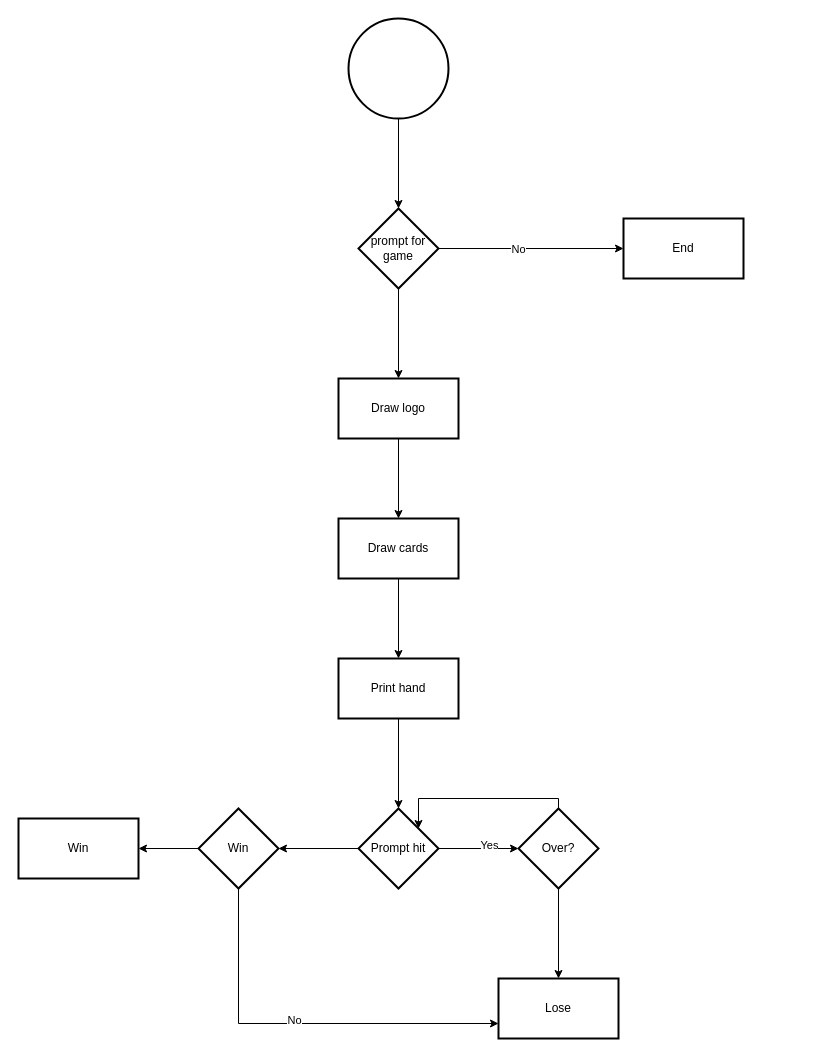
Earlier version of the draw.io diagram 11/Untitled Diagram.drawio (PazJal/100-days-of-code). Source tidied: cells renumbered, new cells numbered last; positions are measured from the earlier drawing's top-left corner, leaving out a move shared by most shapes. Both pictures are drawn from the tidied source at 100%, with x=0, y=0 at pixel (18, 18).
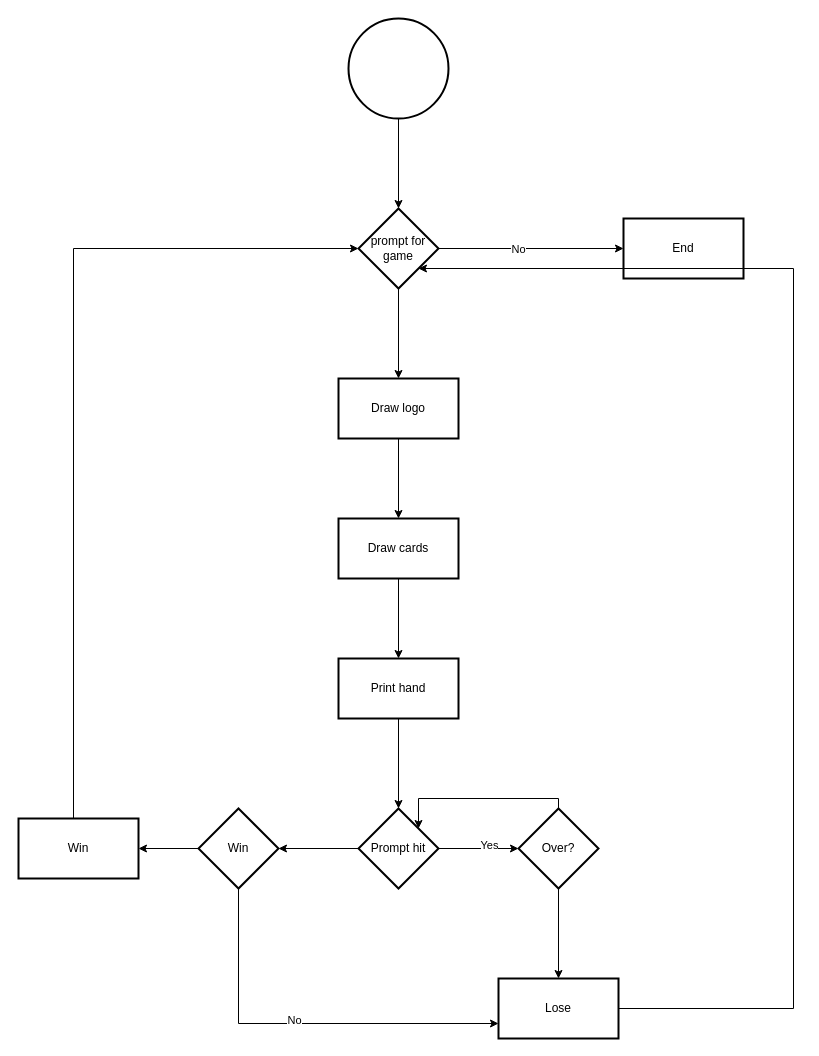
After the change.

The change refers to these unchanged cells:
```xml
<mxCell id="7" value="prompt for game" style="rhombus;whiteSpace=wrap;html=1;strokeWidth=2;" parent="1" vertex="1">
  <mxGeometry x="340" y="190" width="80" height="80" as="geometry" />
</mxCell>
<mxCell id="22" value="Lose&lt;br&gt;" style="whiteSpace=wrap;html=1;strokeWidth=2;" parent="1" vertex="1">
  <mxGeometry x="480" y="960" width="120" height="60" as="geometry" />
</mxCell>
<mxCell id="27" value="Win" style="whiteSpace=wrap;html=1;strokeWidth=2;" parent="1" vertex="1">
  <mxGeometry y="800" width="120" height="60" as="geometry" />
</mxCell>
```

Diff of the diagram source:
```diff
@@
+    <mxCell id="28" style="edgeStyle=orthogonalEdgeStyle;rounded=0;jettySize=auto;html=1;entryX=1;entryY=1;entryDx=0;entryDy=0;exitX=1;exitY=0.5;exitDx=0;exitDy=0;" parent="1" edge="1" source="22" target="7">
+      <mxGeometry relative="1" as="geometry">
+        <Array as="points">
+          <mxPoint x="775" y="990" />
+          <mxPoint x="775" y="250" />
+        </Array>
+      </mxGeometry>
+    </mxCell>
@@
+    <mxCell id="29" style="edgeStyle=orthogonalEdgeStyle;rounded=0;jettySize=auto;html=1;entryX=0;entryY=0.5;entryDx=0;entryDy=0;" parent="1" edge="1" source="27" target="7">
+      <mxGeometry relative="1" as="geometry">
+        <Array as="points">
+          <mxPoint x="55" y="230" />
+        </Array>
+      </mxGeometry>
+    </mxCell>
```
